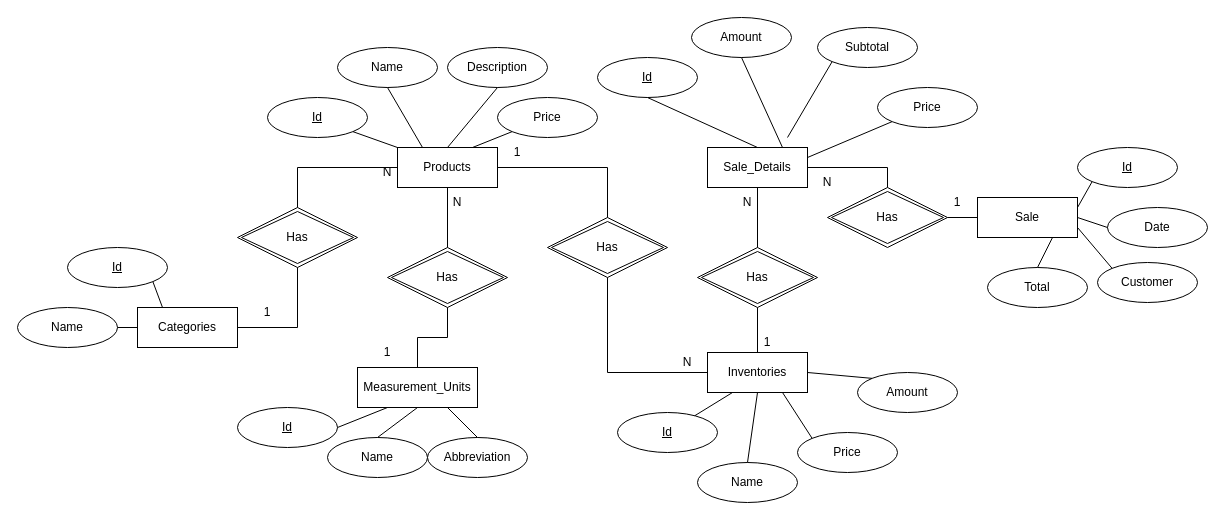
Yayis24/FerreDi keeps this draw.io diagram as page "Página-2" (2 of 3) of Ferreteria.drawio. Above is the earlier version. Source tidied: cells renumbered, new cells numbered last; positions are measured from the earlier drawing's top-left corner, leaving out a move shared by most shapes. Both pictures are drawn from the tidied source at 100%, with x=0, y=0 at pixel (17, 17).
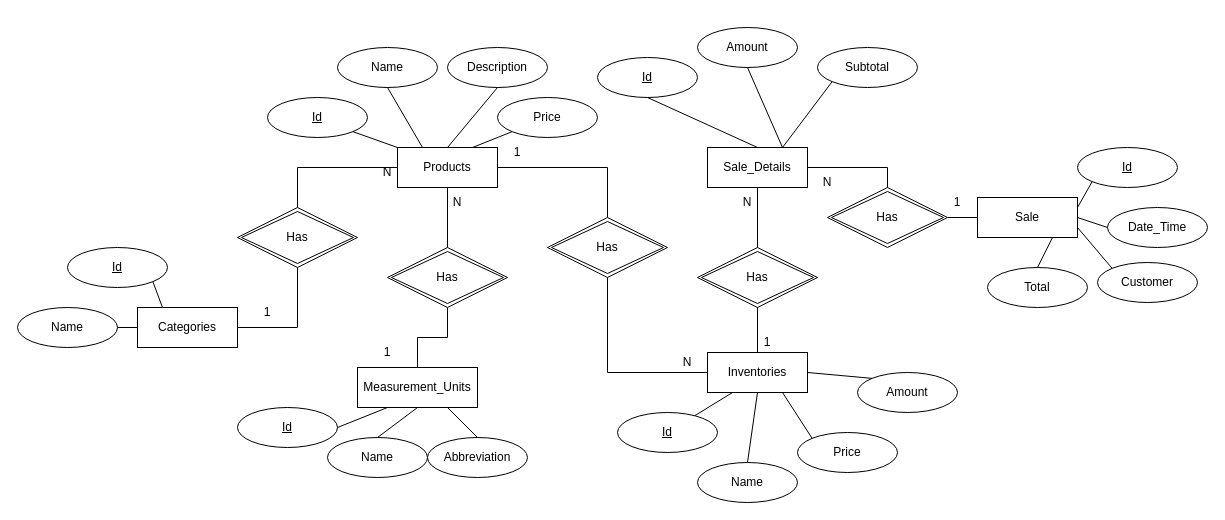
The same diagram, later.

Unchanged cells that the change refers to:
```xml
<mxCell id="32" value="Sale_Details" style="whiteSpace=wrap;html=1;align=center;" parent="1" vertex="1">
  <mxGeometry x="690" y="130" width="100" height="40" as="geometry" />
</mxCell>
```

The edit, as a diff of the source:
```diff
@@
     <mxCell id="34" value="Amount" style="ellipse;whiteSpace=wrap;html=1;align=center;" parent="1" vertex="1">
-      <mxGeometry x="674" width="100" height="40" as="geometry" />
+      <mxGeometry x="680" y="10" width="100" height="40" as="geometry" />
     </mxCell>
-    <mxCell id="35" value="Price" style="ellipse;whiteSpace=wrap;html=1;align=center;" parent="1" vertex="1">
-      <mxGeometry x="860" y="70" width="100" height="40" as="geometry" />
-    </mxCell>
     <mxCell id="36" value="Subtotal" style="ellipse;whiteSpace=wrap;html=1;align=center;" parent="1" vertex="1">
-      <mxGeometry x="800" y="10" width="100" height="40" as="geometry" />
+      <mxGeometry x="800" y="30" width="100" height="40" as="geometry" />
     </mxCell>
@@
-    <mxCell id="39" style="endArrow=none;html=1;rounded=0;entryX=0;entryY=1;entryDx=0;entryDy=0;" parent="1" edge="1" target="36">
-      <mxGeometry relative="1" as="geometry">
-        <mxPoint x="770" y="120" as="sourcePoint" />
-      </mxGeometry>
+    <mxCell id="39" style="endArrow=none;html=1;rounded=0;entryX=0;entryY=1;entryDx=0;entryDy=0;exitX=0.75;exitY=0;exitDx=0;exitDy=0;" parent="1" edge="1" source="32" target="36">
+      <mxGeometry relative="1" as="geometry" />
     </mxCell>
-    <mxCell id="40" style="endArrow=none;html=1;rounded=0;entryX=0;entryY=1;entryDx=0;entryDy=0;exitX=1;exitY=0.25;exitDx=0;exitDy=0;" parent="1" edge="1" source="32" target="35">
-      <mxGeometry relative="1" as="geometry" />
-    </mxCell>
@@
-    <mxCell id="52" value="Date" style="ellipse;whiteSpace=wrap;html=1;align=center;" parent="1" vertex="1">
+    <mxCell id="52" value="Date_Time" style="ellipse;whiteSpace=wrap;html=1;align=center;" parent="1" vertex="1">
       <mxGeometry x="1090" y="190" width="100" height="40" as="geometry" />
     </mxCell>
```
